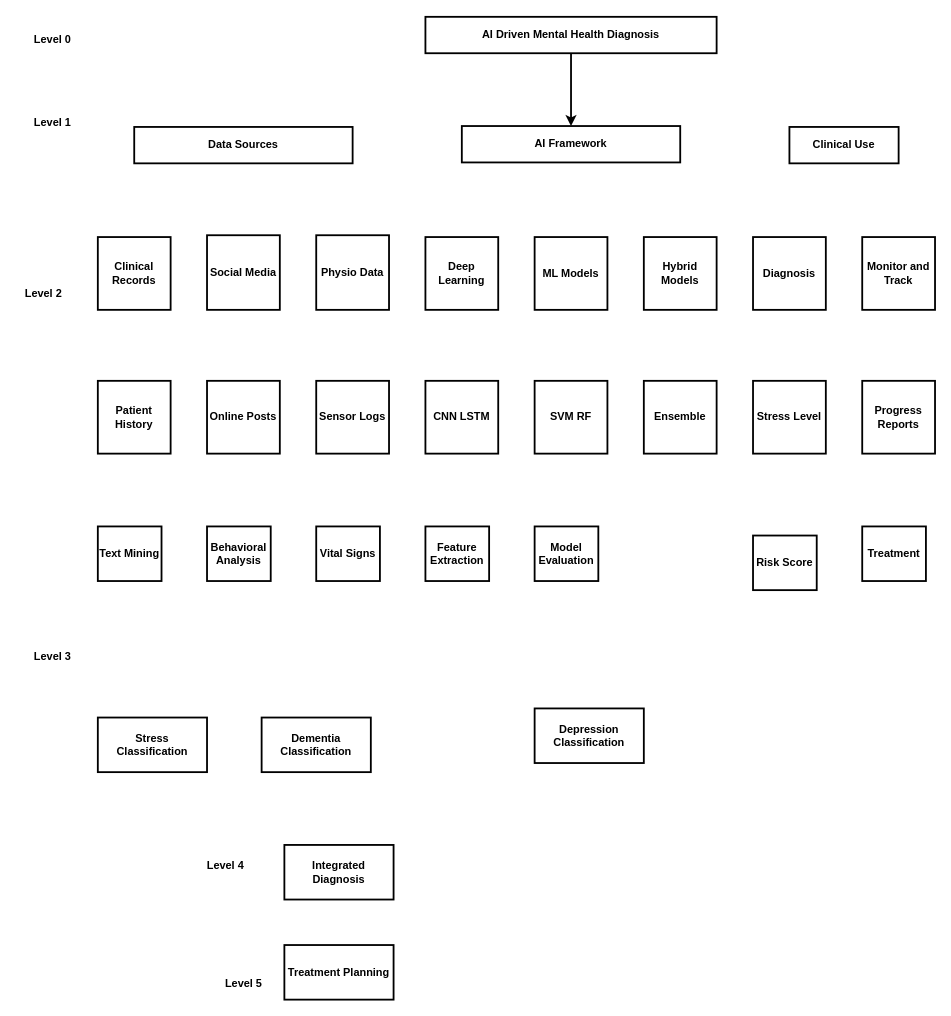
Above: thesis.drawio in vinayak-k24/DrawIO (draw.io), before the change. Source tidied: cells renumbered, new cells numbered last; positions are measured from the earlier drawing's top-left corner, leaving out a move shared by most shapes. Both pictures are drawn from the tidied source at 91%, with x=0, y=0 at pixel (15, 16).
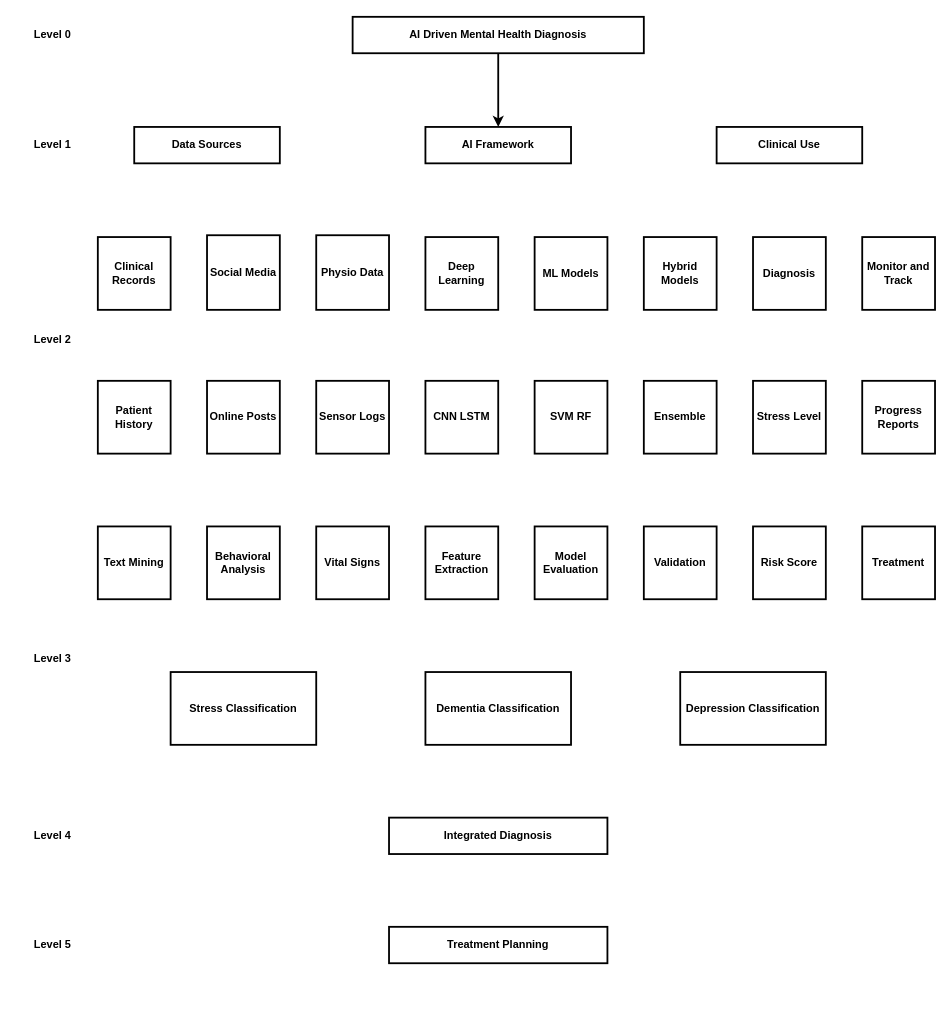
Above is the later version.

Diff of the diagram source:
```diff
@@
     <mxCell id="3" value="AI Driven Mental Health Diagnosis" style="rounded=0;whiteSpace=wrap;html=1;strokeWidth=2;fontStyle=1;" parent="1" vertex="1">
-      <mxGeometry x="450" width="320" height="40" as="geometry" />
+      <mxGeometry x="370" width="320" height="40" as="geometry" />
     </mxCell>
     <mxCell id="4" value="Data Sources" style="whiteSpace=wrap;html=1;strokeWidth=2;fontStyle=1;" parent="1" vertex="1">
-      <mxGeometry x="130" y="121" width="240" height="40" as="geometry" />
+      <mxGeometry x="130" y="121" width="160" height="40" as="geometry" />
     </mxCell>
     <mxCell id="5" value="AI Framework" style="whiteSpace=wrap;html=1;strokeWidth=2;fontStyle=1;" parent="1" vertex="1">
-      <mxGeometry x="490" y="120" width="240" height="40" as="geometry" />
+      <mxGeometry x="450" y="121" width="160" height="40" as="geometry" />
     </mxCell>
     <mxCell id="6" value="Clinical Use" style="whiteSpace=wrap;html=1;strokeWidth=2;fontStyle=1;" parent="1" vertex="1">
-      <mxGeometry x="850" y="121" width="120" height="40" as="geometry" />
+      <mxGeometry x="770" y="121" width="160" height="40" as="geometry" />
     </mxCell>
@@
     <mxCell id="23" value="Text Mining" style="whiteSpace=wrap;html=1;strokeWidth=2;fontStyle=1;" parent="1" vertex="1">
-      <mxGeometry x="90" y="560" width="70" height="60" as="geometry" />
+      <mxGeometry x="90" y="560" width="80" height="80" as="geometry" />
     </mxCell>
     <mxCell id="24" value="Behavioral Analysis" style="whiteSpace=wrap;html=1;strokeWidth=2;fontStyle=1;" parent="1" vertex="1">
-      <mxGeometry x="210" y="560" width="70" height="60" as="geometry" />
+      <mxGeometry x="210" y="560" width="80" height="80" as="geometry" />
     </mxCell>
     <mxCell id="25" value="Vital Signs" style="whiteSpace=wrap;html=1;strokeWidth=2;fontStyle=1;" parent="1" vertex="1">
-      <mxGeometry x="330" y="560" width="70" height="60" as="geometry" />
+      <mxGeometry x="330" y="560" width="80" height="80" as="geometry" />
     </mxCell>
     <mxCell id="26" value="Feature Extraction" style="whiteSpace=wrap;html=1;strokeWidth=2;fontStyle=1;" parent="1" vertex="1">
-      <mxGeometry x="450" y="560" width="70" height="60" as="geometry" />
+      <mxGeometry x="450" y="560" width="80" height="80" as="geometry" />
     </mxCell>
     <mxCell id="27" value="Model Evaluation" style="whiteSpace=wrap;html=1;strokeWidth=2;fontStyle=1;" parent="1" vertex="1">
-      <mxGeometry x="570" y="560" width="70" height="60" as="geometry" />
+      <mxGeometry x="570" y="560" width="80" height="80" as="geometry" />
     </mxCell>
     <mxCell id="28" value="Risk Score" style="whiteSpace=wrap;html=1;strokeWidth=2;fontStyle=1;" parent="1" vertex="1">
-      <mxGeometry x="810" y="570" width="70" height="60" as="geometry" />
+      <mxGeometry x="810" y="560" width="80" height="80" as="geometry" />
     </mxCell>
     <mxCell id="29" value="Treatment" style="whiteSpace=wrap;html=1;strokeWidth=2;fontStyle=1;" parent="1" vertex="1">
-      <mxGeometry x="930" y="560" width="70" height="60" as="geometry" />
+      <mxGeometry x="930" y="560" width="80" height="80" as="geometry" />
     </mxCell>
     <mxCell id="30" value="Stress Classification" style="whiteSpace=wrap;html=1;strokeWidth=2;fontStyle=1;" parent="1" vertex="1">
-      <mxGeometry x="90" y="770" width="120" height="60" as="geometry" />
+      <mxGeometry x="170" y="720" width="160" height="80" as="geometry" />
     </mxCell>
     <mxCell id="31" value="Dementia Classification" style="whiteSpace=wrap;html=1;strokeWidth=2;fontStyle=1;" parent="1" vertex="1">
-      <mxGeometry x="270" y="770" width="120" height="60" as="geometry" />
+      <mxGeometry x="450" y="720" width="160" height="80" as="geometry" />
     </mxCell>
     <mxCell id="32" value="Depression Classification" style="whiteSpace=wrap;html=1;strokeWidth=2;fontStyle=1;" parent="1" vertex="1">
-      <mxGeometry x="570" y="760" width="120" height="60" as="geometry" />
+      <mxGeometry x="730" y="720" width="160" height="80" as="geometry" />
     </mxCell>
     <mxCell id="33" value="Integrated Diagnosis" style="whiteSpace=wrap;html=1;strokeWidth=2;fontStyle=1;" parent="1" vertex="1">
-      <mxGeometry x="295" y="910" width="120" height="60" as="geometry" />
+      <mxGeometry x="410" y="880" width="240" height="40" as="geometry" />
     </mxCell>
     <mxCell id="34" value="Treatment Planning" style="whiteSpace=wrap;html=1;strokeWidth=2;fontStyle=1;" parent="1" vertex="1">
-      <mxGeometry x="295" y="1020" width="120" height="60" as="geometry" />
+      <mxGeometry x="410" y="1000" width="240" height="40" as="geometry" />
     </mxCell>
     <mxCell id="35" value="Level 2" style="text;html=1;align=center;verticalAlign=middle;strokeColor=none;fillColor=none;strokeWidth=2;fontStyle=1;" parent="1" vertex="1">
-      <mxGeometry y="289" width="60" height="30" as="geometry" />
+      <mxGeometry x="10" y="340" width="60" height="30" as="geometry" />
     </mxCell>
     <mxCell id="36" value="Level 1" style="text;html=1;align=center;verticalAlign=middle;strokeColor=none;fillColor=none;strokeWidth=2;fontStyle=1;" parent="1" vertex="1">
-      <mxGeometry x="10" y="102" width="60" height="30" as="geometry" />
+      <mxGeometry x="10" y="126" width="60" height="30" as="geometry" />
     </mxCell>
     <mxCell id="37" value="Level 0" style="text;html=1;align=center;verticalAlign=middle;strokeColor=none;fillColor=none;strokeWidth=2;fontStyle=1;" parent="1" vertex="1">
-      <mxGeometry x="10" y="10" width="60" height="30" as="geometry" />
+      <mxGeometry x="10" y="5" width="60" height="30" as="geometry" />
     </mxCell>
     <mxCell id="38" value="Level 3" style="text;html=1;align=center;verticalAlign=middle;strokeColor=none;fillColor=none;strokeWidth=2;fontStyle=1;" parent="1" vertex="1">
-      <mxGeometry x="10" y="688" width="60" height="30" as="geometry" />
+      <mxGeometry x="10" y="690" width="60" height="30" as="geometry" />
     </mxCell>
     <mxCell id="39" value="Level 4" style="text;html=1;align=center;verticalAlign=middle;strokeColor=none;fillColor=none;strokeWidth=2;fontStyle=1;" parent="1" vertex="1">
-      <mxGeometry x="200" y="918" width="60" height="30" as="geometry" />
+      <mxGeometry x="10" y="885" width="60" height="30" as="geometry" />
     </mxCell>
     <mxCell id="40" value="Level 5" style="text;html=1;align=center;verticalAlign=middle;strokeColor=none;fillColor=none;strokeWidth=2;fontStyle=1;" parent="1" vertex="1">
-      <mxGeometry x="220" y="1048" width="60" height="30" as="geometry" />
+      <mxGeometry x="10" y="1005" width="60" height="30" as="geometry" />
     </mxCell>
+    <mxCell id="41" value="Validation" style="whiteSpace=wrap;html=1;strokeWidth=2;fontStyle=1;" parent="1" vertex="1">
+      <mxGeometry x="690" y="560" width="80" height="80" as="geometry" />
+    </mxCell>
```
